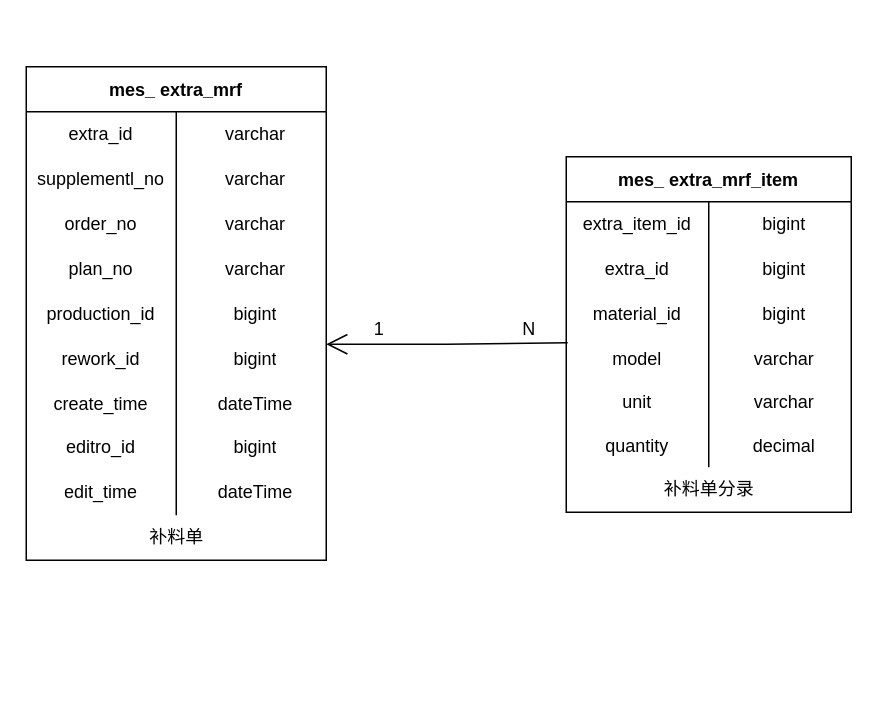
Before: page "补料单管理" (4 of 6) of 数据表.drawio in KNAI-I/test, a draw.io diagram. Source tidied: cells renumbered, new cells numbered last; positions are measured from the earlier drawing's top-left corner, leaving out a move shared by most shapes. Both pictures are drawn from the tidied source at 150%, with x=0, y=0 at pixel (26, 66).
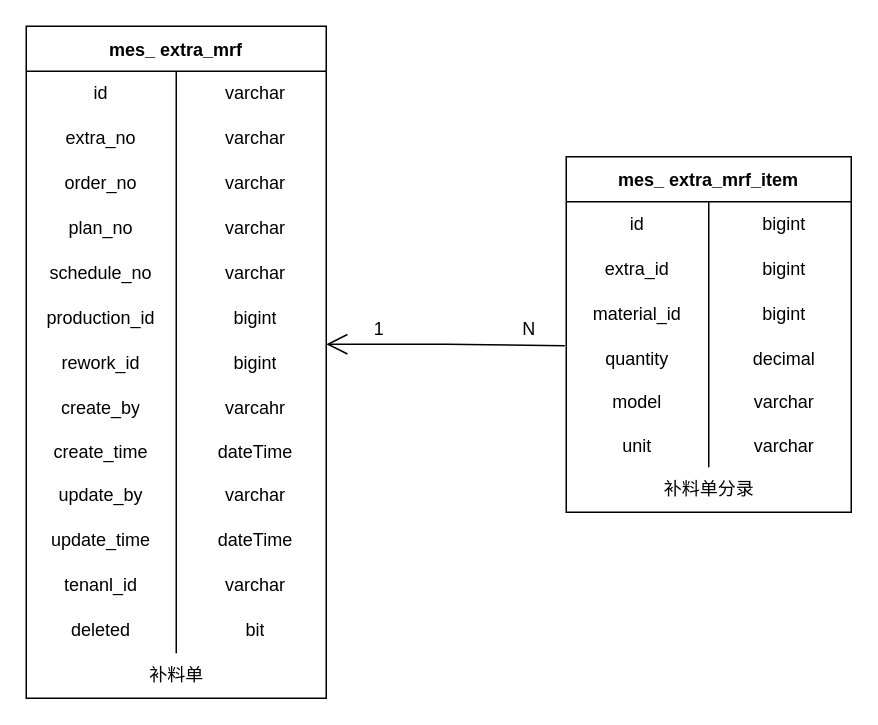
The same diagram, later.

Unchanged cells that the change refers to:
```xml
<mxCell id="3" style="shape=tableRow;horizontal=0;startSize=0;swimlaneHead=0;swimlaneBody=0;top=0;left=0;bottom=0;right=0;fillColor=none;" parent="2" vertex="1">
  <mxGeometry y="30" width="200" height="30" as="geometry" />
</mxCell>
<mxCell id="6" style="shape=tableRow;horizontal=0;startSize=0;swimlaneHead=0;swimlaneBody=0;top=0;left=0;bottom=0;right=0;fillColor=none;" parent="2" vertex="1">
  <mxGeometry y="60" width="200" height="30" as="geometry" />
</mxCell>
<mxCell id="31" value="mes_ extra_mrf_item" style="shape=table;startSize=30;childLayout=tableLayout;rowLines=0;fontStyle=1;" parent="1" vertex="1">
  <mxGeometry x="360" y="60" width="190" height="237" as="geometry" />
</mxCell>
<mxCell id="32" style="shape=tableRow;horizontal=0;startSize=0;swimlaneHead=0;swimlaneBody=0;top=0;left=0;bottom=0;right=0;fillColor=none;" parent="31" vertex="1">
  <mxGeometry y="30" width="190" height="30" as="geometry" />
</mxCell>
```

What changed in the source:
```diff
@@
     <mxCell id="2" value="mes_ extra_mrf" style="shape=table;startSize=30;childLayout=tableLayout;rowLines=0;fontStyle=1;" parent="1" vertex="1">
-      <mxGeometry width="200" height="329" as="geometry" />
+      <mxGeometry y="-27" width="200" height="448" as="geometry" />
     </mxCell>
@@
-    <mxCell id="4" value="extra_id" style="shape=partialRectangle;html=1;whiteSpace=wrap;fillColor=none;top=0;left=0;bottom=0;right=0;overflow=hidden;" parent="3" vertex="1">
+    <mxCell id="4" value="id" style="shape=partialRectangle;html=1;whiteSpace=wrap;fillColor=none;top=0;left=0;bottom=0;right=0;overflow=hidden;" parent="3" vertex="1">
       <mxGeometry width="100" height="30" as="geometry" />
     </mxCell>
@@
-    <mxCell id="7" value="supplementl_no" style="shape=partialRectangle;html=1;whiteSpace=wrap;fillColor=none;top=0;left=0;bottom=0;right=0;overflow=hidden;" parent="6" vertex="1">
+    <mxCell id="7" value="extra_no" style="shape=partialRectangle;html=1;whiteSpace=wrap;fillColor=none;top=0;left=0;bottom=0;right=0;overflow=hidden;" parent="6" vertex="1">
       <mxGeometry width="100" height="30" as="geometry" />
     </mxCell>
@@
+    <mxCell id="54" style="shape=tableRow;horizontal=0;startSize=0;swimlaneHead=0;swimlaneBody=0;top=0;left=0;bottom=0;right=0;fillColor=none;" parent="2" vertex="1">
+      <mxGeometry y="150" width="200" height="30" as="geometry" />
+    </mxCell>
+    <mxCell id="55" value="schedule_no" style="shape=partialRectangle;html=1;whiteSpace=wrap;fillColor=none;top=0;left=0;bottom=0;right=0;overflow=hidden;" parent="54" vertex="1">
+      <mxGeometry width="100" height="30" as="geometry" />
+    </mxCell>
+    <mxCell id="56" value="varchar" style="shape=partialRectangle;html=1;whiteSpace=wrap;fillColor=none;top=0;left=0;bottom=0;right=0;align=center;spacingLeft=6;overflow=hidden;" parent="54" vertex="1">
+      <mxGeometry x="100" width="100" height="30" as="geometry" />
+    </mxCell>
     <mxCell id="15" style="shape=tableRow;horizontal=0;startSize=0;swimlaneHead=0;swimlaneBody=0;top=0;left=0;bottom=0;right=0;fillColor=none;" parent="2" vertex="1">
-      <mxGeometry y="150" width="200" height="30" as="geometry" />
+      <mxGeometry y="180" width="200" height="30" as="geometry" />
     </mxCell>
@@
     <mxCell id="18" style="shape=tableRow;horizontal=0;startSize=0;swimlaneHead=0;swimlaneBody=0;top=0;left=0;bottom=0;right=0;fillColor=none;" parent="2" vertex="1">
-      <mxGeometry y="180" width="200" height="30" as="geometry" />
+      <mxGeometry y="210" width="200" height="30" as="geometry" />
     </mxCell>
@@
+    <mxCell id="57" style="shape=tableRow;horizontal=0;startSize=0;swimlaneHead=0;swimlaneBody=0;top=0;left=0;bottom=0;right=0;fillColor=none;" parent="2" vertex="1">
+      <mxGeometry y="240" width="200" height="29" as="geometry" />
+    </mxCell>
+    <mxCell id="58" value="create_by" style="shape=partialRectangle;html=1;whiteSpace=wrap;fillColor=none;top=0;left=0;bottom=0;right=0;overflow=hidden;" parent="57" vertex="1">
+      <mxGeometry width="100" height="29" as="geometry" />
+    </mxCell>
+    <mxCell id="59" value="varcahr" style="shape=partialRectangle;html=1;whiteSpace=wrap;fillColor=none;top=0;left=0;bottom=0;right=0;align=center;spacingLeft=6;overflow=hidden;" parent="57" vertex="1">
+      <mxGeometry x="100" width="100" height="29" as="geometry" />
+    </mxCell>
     <mxCell id="21" style="shape=tableRow;horizontal=0;startSize=0;swimlaneHead=0;swimlaneBody=0;top=0;left=0;bottom=0;right=0;fillColor=none;" parent="2" vertex="1">
-      <mxGeometry y="210" width="200" height="29" as="geometry" />
+      <mxGeometry y="269" width="200" height="29" as="geometry" />
     </mxCell>
@@
     <mxCell id="24" style="shape=tableRow;horizontal=0;startSize=0;swimlaneHead=0;swimlaneBody=0;top=0;left=0;bottom=0;right=0;fillColor=none;" parent="2" vertex="1">
-      <mxGeometry y="239" width="200" height="30" as="geometry" />
+      <mxGeometry y="298" width="200" height="30" as="geometry" />
     </mxCell>
-    <mxCell id="25" value="editro_id" style="shape=partialRectangle;html=1;whiteSpace=wrap;fillColor=none;top=0;left=0;bottom=0;right=0;overflow=hidden;" parent="24" vertex="1">
+    <mxCell id="25" value="update_by" style="shape=partialRectangle;html=1;whiteSpace=wrap;fillColor=none;top=0;left=0;bottom=0;right=0;overflow=hidden;" parent="24" vertex="1">
       <mxGeometry width="100" height="30" as="geometry" />
     </mxCell>
-    <mxCell id="26" value="bigint" style="shape=partialRectangle;html=1;whiteSpace=wrap;fillColor=none;top=0;left=0;bottom=0;right=0;align=center;spacingLeft=6;overflow=hidden;" parent="24" vertex="1">
+    <mxCell id="26" value="varchar" style="shape=partialRectangle;html=1;whiteSpace=wrap;fillColor=none;top=0;left=0;bottom=0;right=0;align=center;spacingLeft=6;overflow=hidden;" parent="24" vertex="1">
       <mxGeometry x="100" width="100" height="30" as="geometry" />
     </mxCell>
     <mxCell id="27" style="shape=tableRow;horizontal=0;startSize=0;swimlaneHead=0;swimlaneBody=0;top=0;left=0;bottom=0;right=0;fillColor=none;" parent="2" vertex="1">
-      <mxGeometry y="269" width="200" height="30" as="geometry" />
+      <mxGeometry y="328" width="200" height="30" as="geometry" />
     </mxCell>
-    <mxCell id="28" value="edit_time" style="shape=partialRectangle;html=1;whiteSpace=wrap;fillColor=none;top=0;left=0;bottom=0;right=0;overflow=hidden;" parent="27" vertex="1">
+    <mxCell id="28" value="update_time" style="shape=partialRectangle;html=1;whiteSpace=wrap;fillColor=none;top=0;left=0;bottom=0;right=0;overflow=hidden;" parent="27" vertex="1">
       <mxGeometry width="100" height="30" as="geometry" />
     </mxCell>
@@
+    <mxCell id="60" style="shape=tableRow;horizontal=0;startSize=0;swimlaneHead=0;swimlaneBody=0;top=0;left=0;bottom=0;right=0;fillColor=none;" parent="2" vertex="1">
+      <mxGeometry y="358" width="200" height="30" as="geometry" />
+    </mxCell>
+    <mxCell id="61" value="tenanl_id" style="shape=partialRectangle;html=1;whiteSpace=wrap;fillColor=none;top=0;left=0;bottom=0;right=0;overflow=hidden;" parent="60" vertex="1">
+      <mxGeometry width="100" height="30" as="geometry" />
+    </mxCell>
+    <mxCell id="62" value="varchar" style="shape=partialRectangle;html=1;whiteSpace=wrap;fillColor=none;top=0;left=0;bottom=0;right=0;align=center;spacingLeft=6;overflow=hidden;" parent="60" vertex="1">
+      <mxGeometry x="100" width="100" height="30" as="geometry" />
+    </mxCell>
+    <mxCell id="63" style="shape=tableRow;horizontal=0;startSize=0;swimlaneHead=0;swimlaneBody=0;top=0;left=0;bottom=0;right=0;fillColor=none;" parent="2" vertex="1">
+      <mxGeometry y="388" width="200" height="30" as="geometry" />
+    </mxCell>
+    <mxCell id="64" value="deleted" style="shape=partialRectangle;html=1;whiteSpace=wrap;fillColor=none;top=0;left=0;bottom=0;right=0;overflow=hidden;" parent="63" vertex="1">
+      <mxGeometry width="100" height="30" as="geometry" />
+    </mxCell>
+    <mxCell id="65" value="bit" style="shape=partialRectangle;html=1;whiteSpace=wrap;fillColor=none;top=0;left=0;bottom=0;right=0;align=center;spacingLeft=6;overflow=hidden;" parent="63" vertex="1">
+      <mxGeometry x="100" width="100" height="30" as="geometry" />
+    </mxCell>
     <mxCell id="30" value="补料单" style="text;html=1;align=center;verticalAlign=middle;strokeColor=none;fillColor=none;" parent="1" vertex="1">
-      <mxGeometry x="70" y="299" width="60" height="30" as="geometry" />
+      <mxGeometry x="70" y="391" width="60" height="30" as="geometry" />
     </mxCell>
@@
-    <mxCell id="33" value="extra_item_id" style="shape=partialRectangle;html=1;whiteSpace=wrap;fillColor=none;top=0;left=0;bottom=0;right=0;overflow=hidden;" parent="32" vertex="1">
+    <mxCell id="33" value="id" style="shape=partialRectangle;html=1;whiteSpace=wrap;fillColor=none;top=0;left=0;bottom=0;right=0;overflow=hidden;" parent="32" vertex="1">
       <mxGeometry width="95" height="30" as="geometry" />
     </mxCell>
@@
+    <mxCell id="47" style="shape=tableRow;horizontal=0;startSize=0;swimlaneHead=0;swimlaneBody=0;top=0;left=0;bottom=0;right=0;fillColor=none;points=[[0,0.5],[1,0.5]];portConstraint=eastwest;" parent="31" vertex="1">
+      <mxGeometry y="120" width="190" height="29" as="geometry" />
+    </mxCell>
+    <mxCell id="48" value="quantity" style="shape=partialRectangle;html=1;whiteSpace=wrap;fillColor=none;top=0;left=0;bottom=0;right=0;overflow=hidden;" parent="47" vertex="1">
+      <mxGeometry width="95" height="29" as="geometry" />
+    </mxCell>
+    <mxCell id="49" value="decimal" style="shape=partialRectangle;html=1;whiteSpace=wrap;fillColor=none;top=0;left=0;bottom=0;right=0;align=center;spacingLeft=6;overflow=hidden;" parent="47" vertex="1">
+      <mxGeometry x="95" width="95" height="29" as="geometry" />
+    </mxCell>
     <mxCell id="41" style="shape=tableRow;horizontal=0;startSize=0;swimlaneHead=0;swimlaneBody=0;top=0;left=0;bottom=0;right=0;fillColor=none;points=[[0,0.5],[1,0.5]];portConstraint=eastwest;" parent="31" vertex="1">
-      <mxGeometry y="120" width="190" height="29" as="geometry" />
+      <mxGeometry y="149" width="190" height="29" as="geometry" />
     </mxCell>
@@
     <mxCell id="44" style="shape=tableRow;horizontal=0;startSize=0;swimlaneHead=0;swimlaneBody=0;top=0;left=0;bottom=0;right=0;fillColor=none;" parent="31" vertex="1">
-      <mxGeometry y="149" width="190" height="29" as="geometry" />
+      <mxGeometry y="178" width="190" height="29" as="geometry" />
     </mxCell>
@@
-    <mxCell id="47" style="shape=tableRow;horizontal=0;startSize=0;swimlaneHead=0;swimlaneBody=0;top=0;left=0;bottom=0;right=0;fillColor=none;points=[[0,0.5],[1,0.5]];portConstraint=eastwest;" parent="31" vertex="1">
-      <mxGeometry y="178" width="190" height="29" as="geometry" />
-    </mxCell>
-    <mxCell id="48" value="quantity" style="shape=partialRectangle;html=1;whiteSpace=wrap;fillColor=none;top=0;left=0;bottom=0;right=0;overflow=hidden;" parent="47" vertex="1">
-      <mxGeometry width="95" height="29" as="geometry" />
-    </mxCell>
-    <mxCell id="49" value="decimal" style="shape=partialRectangle;html=1;whiteSpace=wrap;fillColor=none;top=0;left=0;bottom=0;right=0;align=center;spacingLeft=6;overflow=hidden;" parent="47" vertex="1">
-      <mxGeometry x="95" width="95" height="29" as="geometry" />
-    </mxCell>
@@
-    <mxCell id="51" style="endArrow=open;endFill=1;endSize=12;html=1;rounded=0;exitX=0.005;exitY=0.138;exitDx=0;exitDy=0;exitPerimeter=0;" parent="1" edge="1" source="41">
+    <mxCell id="51" style="endArrow=open;endFill=1;endSize=12;html=1;rounded=0;exitX=-0.005;exitY=0.207;exitDx=0;exitDy=0;exitPerimeter=0;" parent="1" edge="1" source="47">
       <mxGeometry relative="1" as="geometry">
         <mxPoint x="200" y="185" as="targetPoint" />
         <Array as="points">
           <mxPoint x="280" y="185" />
         </Array>
       </mxGeometry>
     </mxCell>
```
